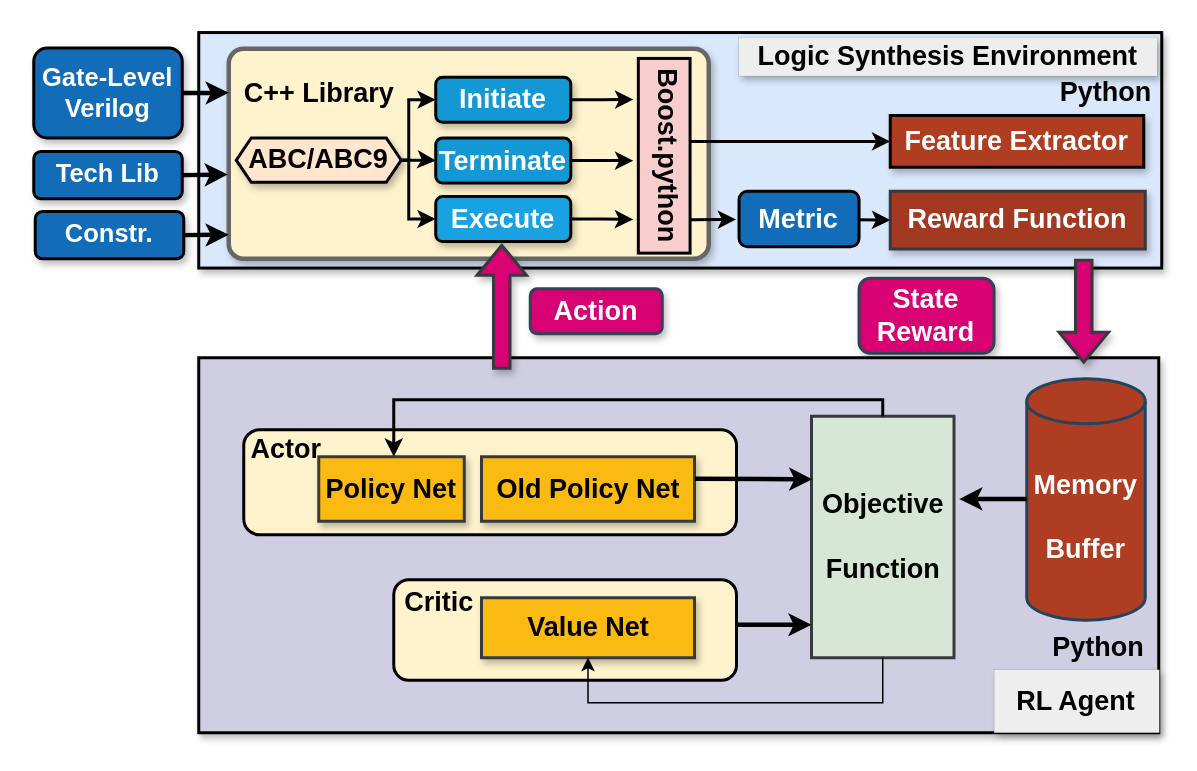
Before: learningframework.drawio in kxzhu0505/LogicSynOpt, a draw.io diagram. Source tidied: cells renumbered, new cells numbered last; positions are measured from the earlier drawing's top-left corner, leaving out a move shared by most shapes. Both pictures are drawn from the tidied source at 150%, with x=0, y=0 at pixel (33, 32).
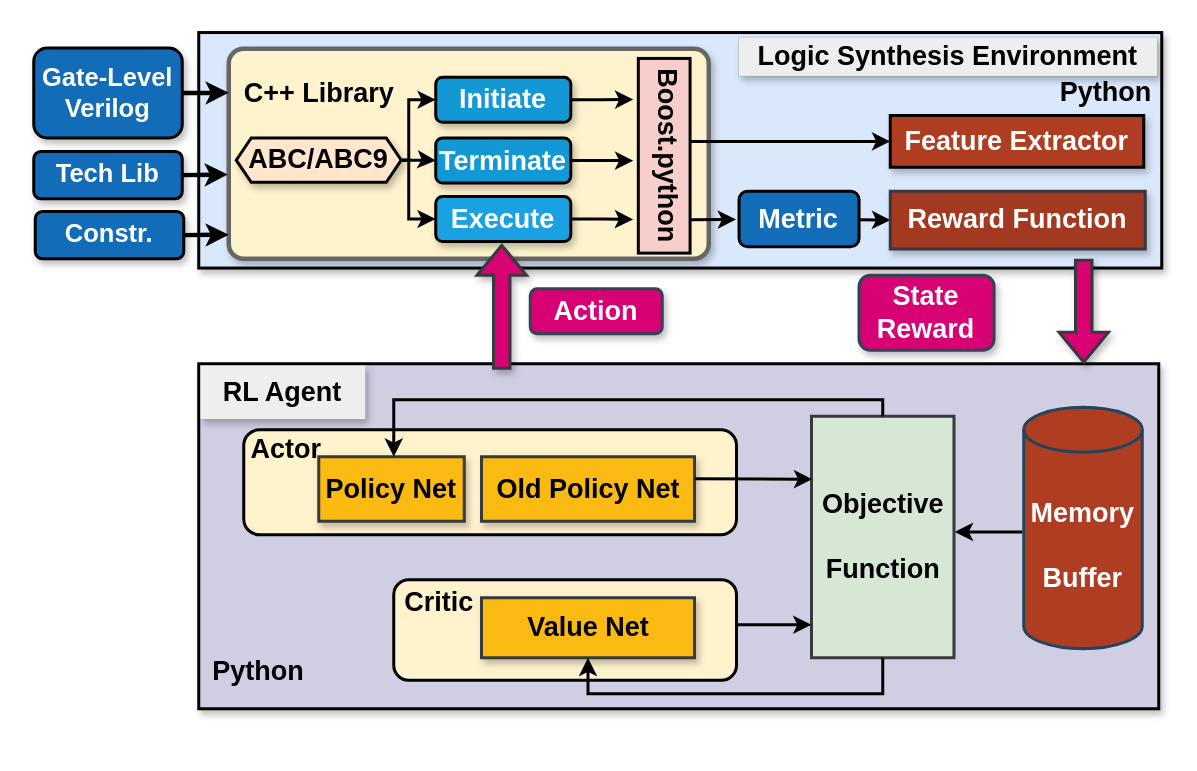
After the change.

Unchanged cells that the change refers to:
```xml
<mxCell id="15" value="&lt;b style=&quot;&quot;&gt;&lt;font style=&quot;font-size: 18px;&quot;&gt;Old Policy Net&lt;/font&gt;&lt;/b&gt;" style="rounded=0;whiteSpace=wrap;html=1;fillColor=#faba11;strokeColor=#36393d;strokeWidth=2;shadow=1;" parent="1" vertex="1">
  <mxGeometry x="298.5" y="283" width="142" height="43" as="geometry" />
</mxCell>
<mxCell id="16" value="&lt;font style=&quot;font-size: 18px;&quot;&gt;&lt;b&gt;Objective&lt;/b&gt;&lt;/font&gt;&lt;div style=&quot;font-size: 18px;&quot;&gt;&lt;font style=&quot;font-size: 18px;&quot;&gt;&lt;b&gt;&lt;br&gt;&lt;/b&gt;&lt;/font&gt;&lt;/div&gt;&lt;div style=&quot;font-size: 18px;&quot;&gt;&lt;font style=&quot;font-size: 18px;&quot;&gt;&lt;b&gt;Function&lt;/b&gt;&lt;/font&gt;&lt;/div&gt;" style="rounded=0;whiteSpace=wrap;html=1;fillColor=#d6e8d5;strokeColor=#36393d;strokeWidth=2;" parent="1" vertex="1">
  <mxGeometry x="518.5" y="256" width="95" height="161" as="geometry" />
</mxCell>
<mxCell id="18" value="&lt;b style=&quot;&quot;&gt;&lt;font style=&quot;font-size: 18px;&quot;&gt;Value Net&lt;/font&gt;&lt;/b&gt;" style="rounded=0;whiteSpace=wrap;html=1;fillColor=#faba11;strokeColor=#36393d;strokeWidth=2;shadow=1;" parent="1" vertex="1">
  <mxGeometry x="298.5" y="377" width="142" height="40" as="geometry" />
</mxCell>
```

The edit, as a diff of the source:
```diff
@@
     <mxCell id="9" value="&lt;span style=&quot;font-size: 18px;&quot;&gt;&lt;b&gt;State&lt;/b&gt;&lt;/span&gt;&lt;div&gt;&lt;span style=&quot;font-size: 18px;&quot;&gt;&lt;b&gt;Reward&lt;/b&gt;&lt;/span&gt;&lt;/div&gt;" style="rounded=1;whiteSpace=wrap;html=1;fillColor=#d80173;strokeColor=#314354;strokeWidth=2;fontColor=#ffffff;shadow=1;" parent="1" vertex="1">
-      <mxGeometry x="550.2" y="164" width="90" height="50" as="geometry" />
+      <mxGeometry x="550.2" y="162" width="90" height="50" as="geometry" />
     </mxCell>
     <mxCell id="10" style="rounded=0;whiteSpace=wrap;html=1;fillColor=#d0cee2;strokeColor=#000000;strokeWidth=2;shadow=1;" parent="1" vertex="1">
-      <mxGeometry x="110" y="217" width="640" height="250" as="geometry" />
+      <mxGeometry x="110" y="221" width="640" height="230" as="geometry" />
     </mxCell>
@@
     <mxCell id="12" value="&lt;font size=&quot;1&quot; style=&quot;&quot;&gt;&lt;b style=&quot;font-size: 18px;&quot;&gt;RL Agent&lt;/b&gt;&lt;/font&gt;" style="text;html=1;align=center;verticalAlign=middle;whiteSpace=wrap;rounded=0;fillColor=#eeeeee;strokeColor=#36393d;strokeWidth=0;shadow=1;" parent="1" vertex="1">
-      <mxGeometry x="640.2" y="425" width="110.2" height="42" as="geometry" />
+      <mxGeometry x="111" y="222" width="110.2" height="36" as="geometry" />
     </mxCell>
@@
     <mxCell id="19" value="&lt;font color=&quot;#ffffff&quot; style=&quot;font-size: 18px;&quot;&gt;&lt;b&gt;Memory&lt;/b&gt;&lt;/font&gt;&lt;div style=&quot;font-size: 18px;&quot;&gt;&lt;font color=&quot;#ffffff&quot; style=&quot;font-size: 18px;&quot;&gt;&lt;b&gt;&lt;br&gt;&lt;/b&gt;&lt;/font&gt;&lt;/div&gt;&lt;div style=&quot;font-size: 18px;&quot;&gt;&lt;font color=&quot;#ffffff&quot; style=&quot;font-size: 18px;&quot;&gt;&lt;b&gt;Buffer&lt;/b&gt;&lt;/font&gt;&lt;/div&gt;" style="shape=cylinder3;whiteSpace=wrap;html=1;boundedLbl=1;backgroundOutline=1;size=15;fillColor=#ae3d22;strokeColor=#23445d;strokeWidth=2;" parent="1" vertex="1">
-      <mxGeometry x="662" y="231" width="79" height="161" as="geometry" />
+      <mxGeometry x="660" y="250" width="79" height="161" as="geometry" />
     </mxCell>
@@
-    <mxCell id="22" style="endArrow=classic;html=1;rounded=0;strokeWidth=3;exitX=1.003;exitY=0.341;exitDx=0;exitDy=0;exitPerimeter=0;" parent="1" edge="1" source="15">
+    <mxCell id="22" style="endArrow=classic;html=1;rounded=0;strokeWidth=2;exitX=1.003;exitY=0.341;exitDx=0;exitDy=0;exitPerimeter=0;" parent="1" edge="1" source="15">
       <mxGeometry relative="1" as="geometry">
         <mxPoint x="519" y="298" as="targetPoint" />
       </mxGeometry>
     </mxCell>
-    <mxCell id="23" style="endArrow=classic;html=1;rounded=0;strokeWidth=3;entryX=-0.004;entryY=0.225;entryDx=0;entryDy=0;entryPerimeter=0;" parent="1" edge="1">
+    <mxCell id="23" style="endArrow=classic;html=1;rounded=0;strokeWidth=2;entryX=-0.004;entryY=0.225;entryDx=0;entryDy=0;entryPerimeter=0;" parent="1" edge="1">
       <mxGeometry relative="1" as="geometry">
         <mxPoint x="468.5" y="395" as="sourcePoint" />
         <mxPoint x="518.5" y="395" as="targetPoint" />
       </mxGeometry>
     </mxCell>
@@
-    <mxCell id="25" style="endArrow=classic;html=1;rounded=0;strokeWidth=1;exitX=0.5;exitY=1;exitDx=0;exitDy=0;edgeStyle=orthogonalEdgeStyle;entryX=0.5;entryY=1;entryDx=0;entryDy=0;" parent="1" edge="1" source="16" target="18">
+    <mxCell id="25" style="endArrow=classic;html=1;rounded=0;strokeWidth=2;exitX=0.5;exitY=1;exitDx=0;exitDy=0;edgeStyle=orthogonalEdgeStyle;entryX=0.5;entryY=1;entryDx=0;entryDy=0;" parent="1" edge="1" source="16" target="18">
       <mxGeometry relative="1" as="geometry">
         <Array as="points">
-          <mxPoint x="566" y="447" />
-          <mxPoint x="370" y="447" />
+          <mxPoint x="566" y="441" />
+          <mxPoint x="370" y="441" />
           <mxPoint x="370" y="417" />
         </Array>
       </mxGeometry>
     </mxCell>
-    <mxCell id="26" style="endArrow=classic;html=1;rounded=0;strokeWidth=3;entryX=-0.004;entryY=0.225;entryDx=0;entryDy=0;entryPerimeter=0;" parent="1" edge="1">
+    <mxCell id="26" style="endArrow=classic;html=1;rounded=0;strokeWidth=2;entryX=-0.004;entryY=0.225;entryDx=0;entryDy=0;entryPerimeter=0;" parent="1" edge="1">
       <mxGeometry relative="1" as="geometry">
-        <mxPoint x="662" y="311.1" as="sourcePoint" />
-        <mxPoint x="617" y="311.1" as="targetPoint" />
+        <mxPoint x="659" y="333.1" as="sourcePoint" />
+        <mxPoint x="614" y="333.1" as="targetPoint" />
       </mxGeometry>
     </mxCell>
@@
     <mxCell id="43" value="&lt;font style=&quot;font-size: 18px;&quot;&gt;&lt;b&gt;Python&lt;/b&gt;&lt;/font&gt;" style="text;html=1;align=center;verticalAlign=middle;whiteSpace=wrap;rounded=0;" parent="1" vertex="1">
-      <mxGeometry x="680" y="395" width="60" height="30" as="geometry" />
+      <mxGeometry x="120" y="411" width="60" height="30" as="geometry" />
     </mxCell>
```
